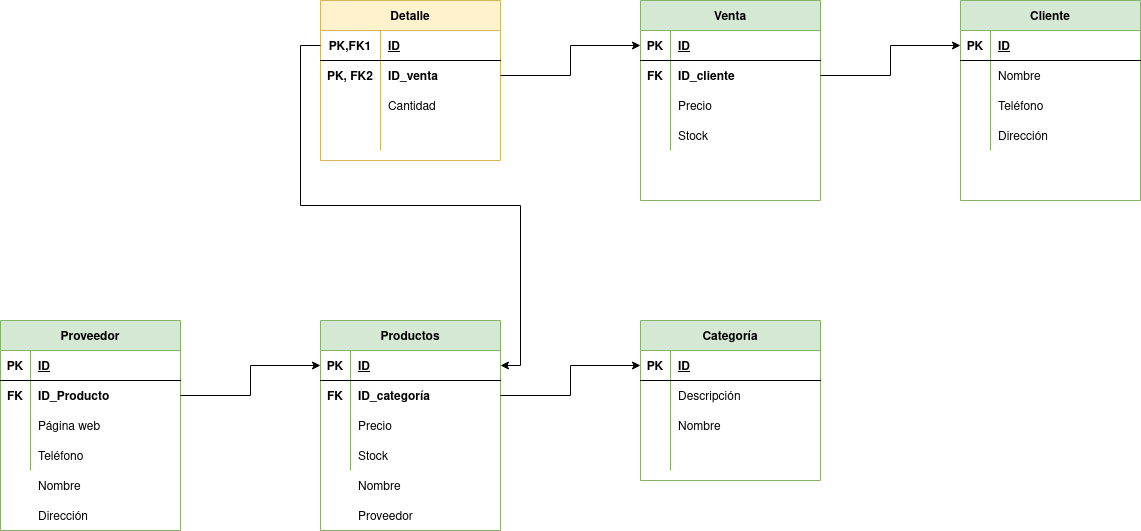
Before: TAREAS/Tarea8/EjercicioBásicoMR2.(Sistema_de_ventas).drawio.png, a diagram exported from draw.io (samugd17/base-datos-bae-). Source tidied: cells renumbered, new cells last; positions are measured from the earlier drawing's top-left corner, leaving out a move shared by most shapes.
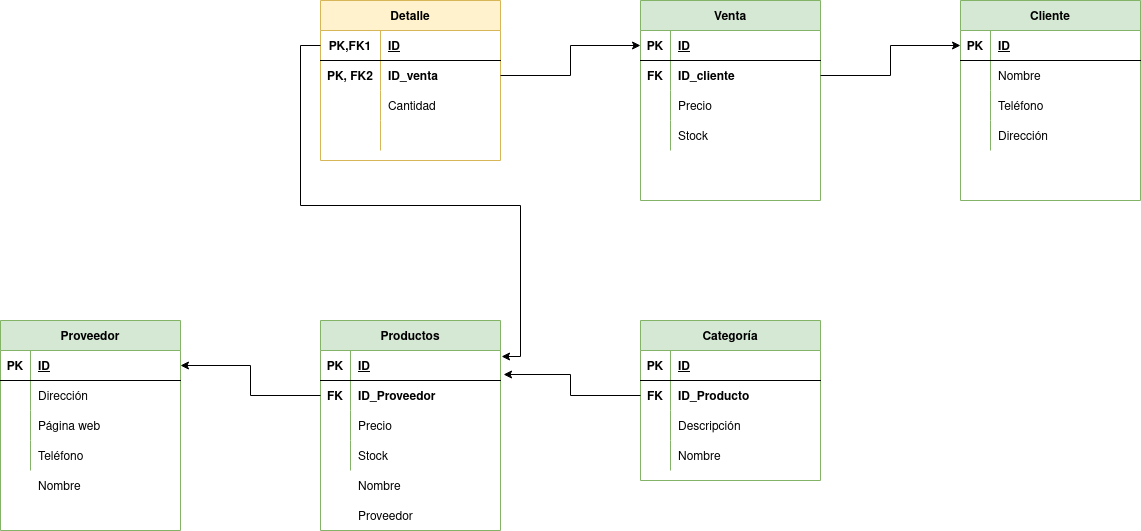
Above is the later version.

What changed in the source:
```diff
@@ -17,10 +17,10 @@
     <mxCell id="6" style="shape=tableRow;horizontal=0;startSize=0;swimlaneHead=0;swimlaneBody=0;fillColor=none;points=[[0,0.5],[1,0.5]];portConstraint=eastwest;top=0;left=0;right=0;bottom=0;" parent="2" vertex="1">
       <mxGeometry y="60" width="180" height="30" as="geometry" />
     </mxCell>
-    <mxCell id="7" value="FK" style="shape=partialRectangle;fillColor=none;top=0;left=0;bottom=0;right=0;overflow=hidden;fontStyle=1;" parent="6" vertex="1">
+    <mxCell id="7" style="shape=partialRectangle;fillColor=none;top=0;left=0;bottom=0;right=0;overflow=hidden;fontStyle=1;" parent="6" vertex="1">
       <mxGeometry width="30" height="30" as="geometry" />
     </mxCell>
-    <mxCell id="8" value="ID_Producto" style="shape=partialRectangle;fillColor=none;top=0;left=0;bottom=0;right=0;align=left;spacingLeft=6;overflow=hidden;fontStyle=1;" parent="6" vertex="1">
+    <mxCell id="8" style="shape=partialRectangle;fillColor=none;top=0;left=0;bottom=0;right=0;align=left;spacingLeft=6;overflow=hidden;fontStyle=1;" parent="6" vertex="1">
       <mxGeometry x="30" width="150" height="30" as="geometry" />
     </mxCell>
     <mxCell id="9" style="shape=tableRow;horizontal=0;startSize=0;swimlaneHead=0;swimlaneBody=0;fillColor=none;top=0;left=0;right=0;bottom=0;" parent="2" vertex="1">
@@ -59,7 +59,7 @@
     <mxCell id="20" value="FK" style="shape=partialRectangle;fillColor=none;top=0;left=0;bottom=0;right=0;overflow=hidden;fontStyle=1;" parent="19" vertex="1">
       <mxGeometry width="30" height="30" as="geometry" />
     </mxCell>
-    <mxCell id="21" value="ID_categoría" style="shape=partialRectangle;fillColor=none;top=0;left=0;bottom=0;right=0;align=left;spacingLeft=6;overflow=hidden;fontStyle=1;" parent="19" vertex="1">
+    <mxCell id="21" value="ID_Proveedor" style="shape=partialRectangle;fillColor=none;top=0;left=0;bottom=0;right=0;align=left;spacingLeft=6;overflow=hidden;fontStyle=1;" parent="19" vertex="1">
       <mxGeometry x="30" width="150" height="30" as="geometry" />
     </mxCell>
     <mxCell id="22" style="shape=tableRow;horizontal=0;startSize=0;swimlaneHead=0;swimlaneBody=0;fillColor=none;top=0;left=0;right=0;bottom=0;" parent="15" vertex="1">
@@ -80,14 +80,11 @@
     <mxCell id="27" value="Stock" style="shape=partialRectangle;fillColor=none;top=0;left=0;bottom=0;right=0;align=left;spacingLeft=6;overflow=hidden;" parent="25" vertex="1">
       <mxGeometry x="30" width="150" height="30" as="geometry" />
     </mxCell>
-    <mxCell id="28" style="edgeStyle=orthogonalEdgeStyle;rounded=0;jettySize=auto;html=1;entryX=0;entryY=0.5;entryDx=0;entryDy=0;" parent="1" edge="1" source="6" target="16">
-      <mxGeometry relative="1" as="geometry" />
-    </mxCell>
     <mxCell id="29" value="Nombre" style="shape=partialRectangle;fillColor=none;top=0;left=0;bottom=0;right=0;align=left;spacingLeft=6;overflow=hidden;" parent="1" vertex="1">
       <mxGeometry x="30" y="470" width="150" height="30" as="geometry" />
     </mxCell>
     <mxCell id="30" value="Dirección" style="shape=partialRectangle;fillColor=none;top=0;left=0;bottom=0;right=0;align=left;spacingLeft=6;overflow=hidden;" parent="1" vertex="1">
-      <mxGeometry x="30" y="500" width="150" height="30" as="geometry" />
+      <mxGeometry x="30" y="380" width="150" height="30" as="geometry" />
     </mxCell>
     <mxCell id="31" value="Nombre" style="shape=partialRectangle;fillColor=none;top=0;left=0;bottom=0;right=0;align=left;spacingLeft=6;overflow=hidden;" parent="1" vertex="1">
       <mxGeometry x="350" y="470" width="150" height="30" as="geometry" />
@@ -107,8 +104,17 @@
     <mxCell id="36" value="ID" style="shape=partialRectangle;fillColor=none;top=0;left=0;bottom=0;right=0;align=left;spacingLeft=6;fontStyle=5;overflow=hidden;" parent="34" vertex="1">
       <mxGeometry x="30" width="150" height="30" as="geometry" />
     </mxCell>
+    <mxCell id="40" style="shape=tableRow;horizontal=0;startSize=0;swimlaneHead=0;swimlaneBody=0;fillColor=none;points=[[0,0.5],[1,0.5]];portConstraint=eastwest;top=0;left=0;right=0;bottom=0;" parent="33" vertex="1">
+      <mxGeometry y="60" width="180" height="30" as="geometry" />
+    </mxCell>
+    <mxCell id="41" value="FK" style="shape=partialRectangle;fillColor=none;top=0;left=0;bottom=0;right=0;overflow=hidden;fontStyle=1;" parent="40" vertex="1">
+      <mxGeometry width="30" height="30" as="geometry" />
+    </mxCell>
+    <mxCell id="42" value="ID_Producto" style="shape=partialRectangle;fillColor=none;top=0;left=0;bottom=0;right=0;align=left;spacingLeft=6;overflow=hidden;fontStyle=1;" parent="40" vertex="1">
+      <mxGeometry x="30" width="150" height="30" as="geometry" />
+    </mxCell>
     <mxCell id="37" style="shape=tableRow;horizontal=0;startSize=0;swimlaneHead=0;swimlaneBody=0;fillColor=none;top=0;left=0;right=0;bottom=0;" parent="33" vertex="1">
-      <mxGeometry y="60" width="180" height="30" as="geometry" />
+      <mxGeometry y="90" width="180" height="30" as="geometry" />
     </mxCell>
     <mxCell id="38" style="shape=partialRectangle;fillColor=none;top=0;left=0;bottom=0;right=0;overflow=hidden;fontStyle=1;" parent="37" vertex="1">
       <mxGeometry width="30" height="30" as="geometry" />
@@ -116,25 +122,16 @@
     <mxCell id="39" value="Descripción" style="shape=partialRectangle;fillColor=none;top=0;left=0;bottom=0;right=0;align=left;spacingLeft=6;overflow=hidden;fontStyle=0;" parent="37" vertex="1">
       <mxGeometry x="30" width="150" height="30" as="geometry" />
     </mxCell>
-    <mxCell id="40" style="shape=tableRow;horizontal=0;startSize=0;swimlaneHead=0;swimlaneBody=0;fillColor=none;points=[[0,0.5],[1,0.5]];portConstraint=eastwest;top=0;left=0;right=0;bottom=0;" parent="33" vertex="1">
-      <mxGeometry y="90" width="180" height="30" as="geometry" />
-    </mxCell>
-    <mxCell id="41" style="shape=partialRectangle;fillColor=none;top=0;left=0;bottom=0;right=0;overflow=hidden;" parent="40" vertex="1">
-      <mxGeometry width="30" height="30" as="geometry" />
-    </mxCell>
-    <mxCell id="42" value="Nombre" style="shape=partialRectangle;fillColor=none;top=0;left=0;bottom=0;right=0;align=left;spacingLeft=6;overflow=hidden;" parent="40" vertex="1">
-      <mxGeometry x="30" width="150" height="30" as="geometry" />
-    </mxCell>
     <mxCell id="43" style="shape=tableRow;horizontal=0;startSize=0;swimlaneHead=0;swimlaneBody=0;fillColor=none;top=0;left=0;right=0;bottom=0;" parent="33" vertex="1">
       <mxGeometry y="120" width="180" height="30" as="geometry" />
     </mxCell>
     <mxCell id="44" style="shape=partialRectangle;fillColor=none;top=0;left=0;bottom=0;right=0;overflow=hidden;" parent="43" vertex="1">
       <mxGeometry width="30" height="30" as="geometry" />
     </mxCell>
-    <mxCell id="45" style="shape=partialRectangle;fillColor=none;top=0;left=0;bottom=0;right=0;align=left;spacingLeft=6;overflow=hidden;" parent="43" vertex="1">
+    <mxCell id="45" value="Nombre" style="shape=partialRectangle;fillColor=none;top=0;left=0;bottom=0;right=0;align=left;spacingLeft=6;overflow=hidden;" parent="43" vertex="1">
       <mxGeometry x="30" width="150" height="30" as="geometry" />
     </mxCell>
-    <mxCell id="46" style="edgeStyle=orthogonalEdgeStyle;rounded=0;jettySize=auto;html=1;entryX=0;entryY=0.5;entryDx=0;entryDy=0;" parent="1" edge="1" source="19" target="34">
+    <mxCell id="46" style="edgeStyle=orthogonalEdgeStyle;rounded=0;jettySize=auto;html=1;exitX=0;exitY=0.5;exitDx=0;exitDy=0;entryX=1.017;entryY=0.8;entryDx=0;entryDy=0;entryPerimeter=0;" parent="1" edge="1" source="40" target="16">
       <mxGeometry relative="1" as="geometry" />
     </mxCell>
     <mxCell id="47" value="Detalle" style="shape=table;startSize=30;rowLines=0;fontStyle=1;align=center;fillColor=#fff2cc;strokeColor=#d6b656;" parent="1" vertex="1">
@@ -218,7 +215,7 @@
     <mxCell id="73" style="edgeStyle=orthogonalEdgeStyle;rounded=0;jettySize=auto;html=1;entryX=0;entryY=0.5;entryDx=0;entryDy=0;" parent="1" edge="1" source="51" target="61">
       <mxGeometry relative="1" as="geometry" />
     </mxCell>
-    <mxCell id="74" style="edgeStyle=orthogonalEdgeStyle;rounded=0;jettySize=auto;html=1;exitX=0;exitY=0.5;exitDx=0;exitDy=0;entryX=1;entryY=0.5;entryDx=0;entryDy=0;" parent="1" edge="1" source="48" target="16">
+    <mxCell id="74" style="edgeStyle=orthogonalEdgeStyle;rounded=0;jettySize=auto;html=1;exitX=0;exitY=0.5;exitDx=0;exitDy=0;entryX=1.006;entryY=0.2;entryDx=0;entryDy=0;entryPerimeter=0;" parent="1" edge="1" source="48" target="16">
       <mxGeometry relative="1" as="geometry" />
     </mxCell>
     <mxCell id="75" value="Cliente" style="shape=table;startSize=30;rowLines=0;fontStyle=1;align=center;fillColor=#d5e8d4;strokeColor=#82b366;" parent="1" vertex="1">
@@ -263,5 +260,8 @@
     <mxCell id="88" style="edgeStyle=orthogonalEdgeStyle;rounded=0;jettySize=auto;html=1;entryX=0;entryY=0.5;entryDx=0;entryDy=0;" parent="1" edge="1" source="64" target="76">
       <mxGeometry relative="1" as="geometry" />
     </mxCell>
+    <mxCell id="28" style="edgeStyle=orthogonalEdgeStyle;rounded=0;jettySize=auto;html=1;entryX=1;entryY=0.5;entryDx=0;entryDy=0;exitX=0;exitY=0.5;exitDx=0;exitDy=0;" parent="1" edge="1" source="19" target="3">
+      <mxGeometry relative="1" as="geometry" />
+    </mxCell>
   </root>
 </mxGraphModel>
```
